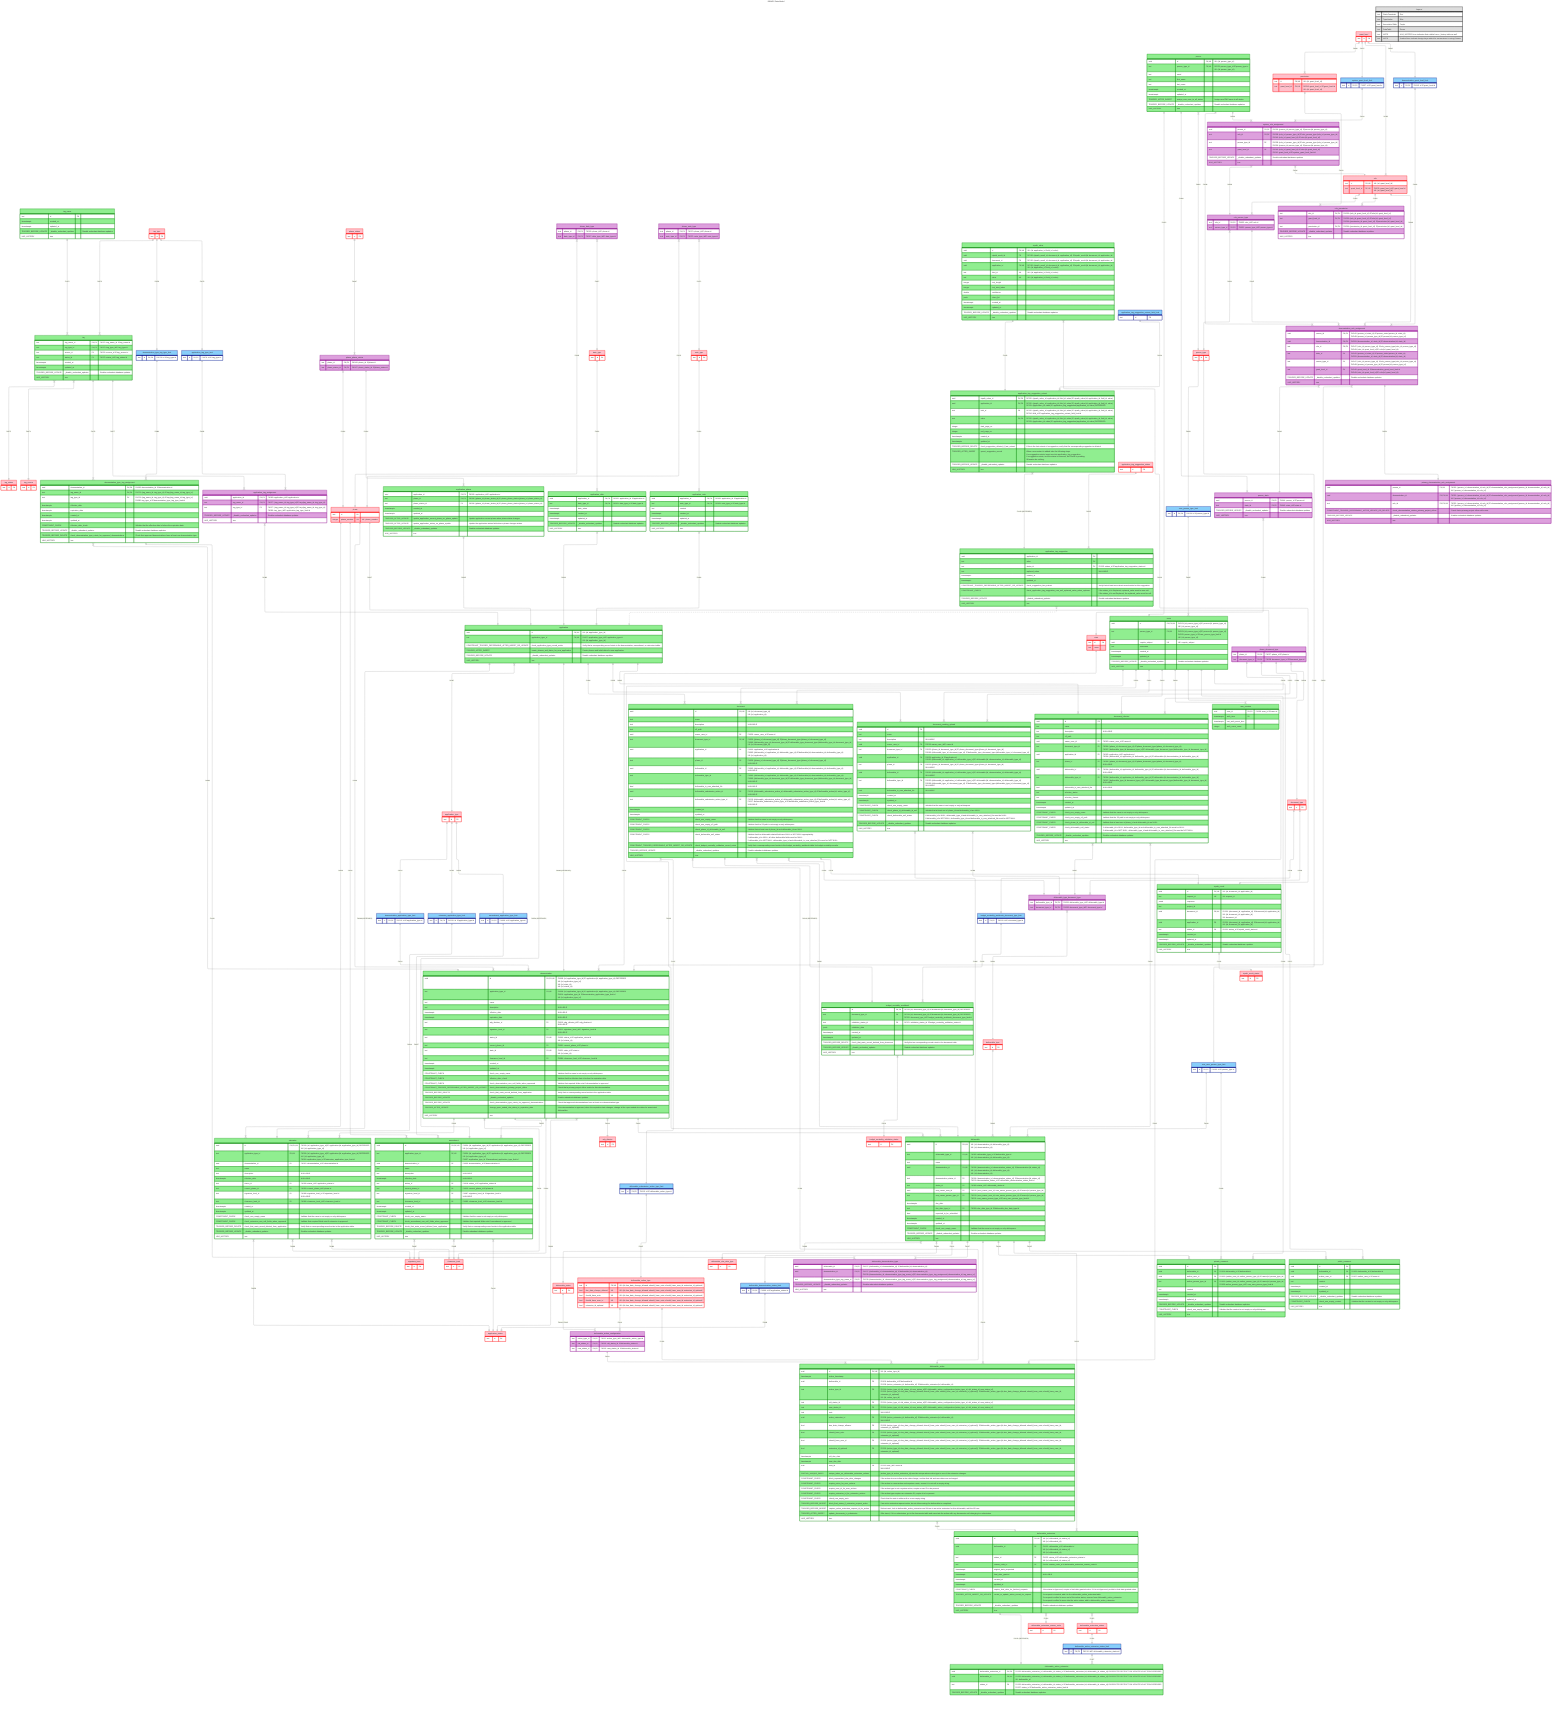
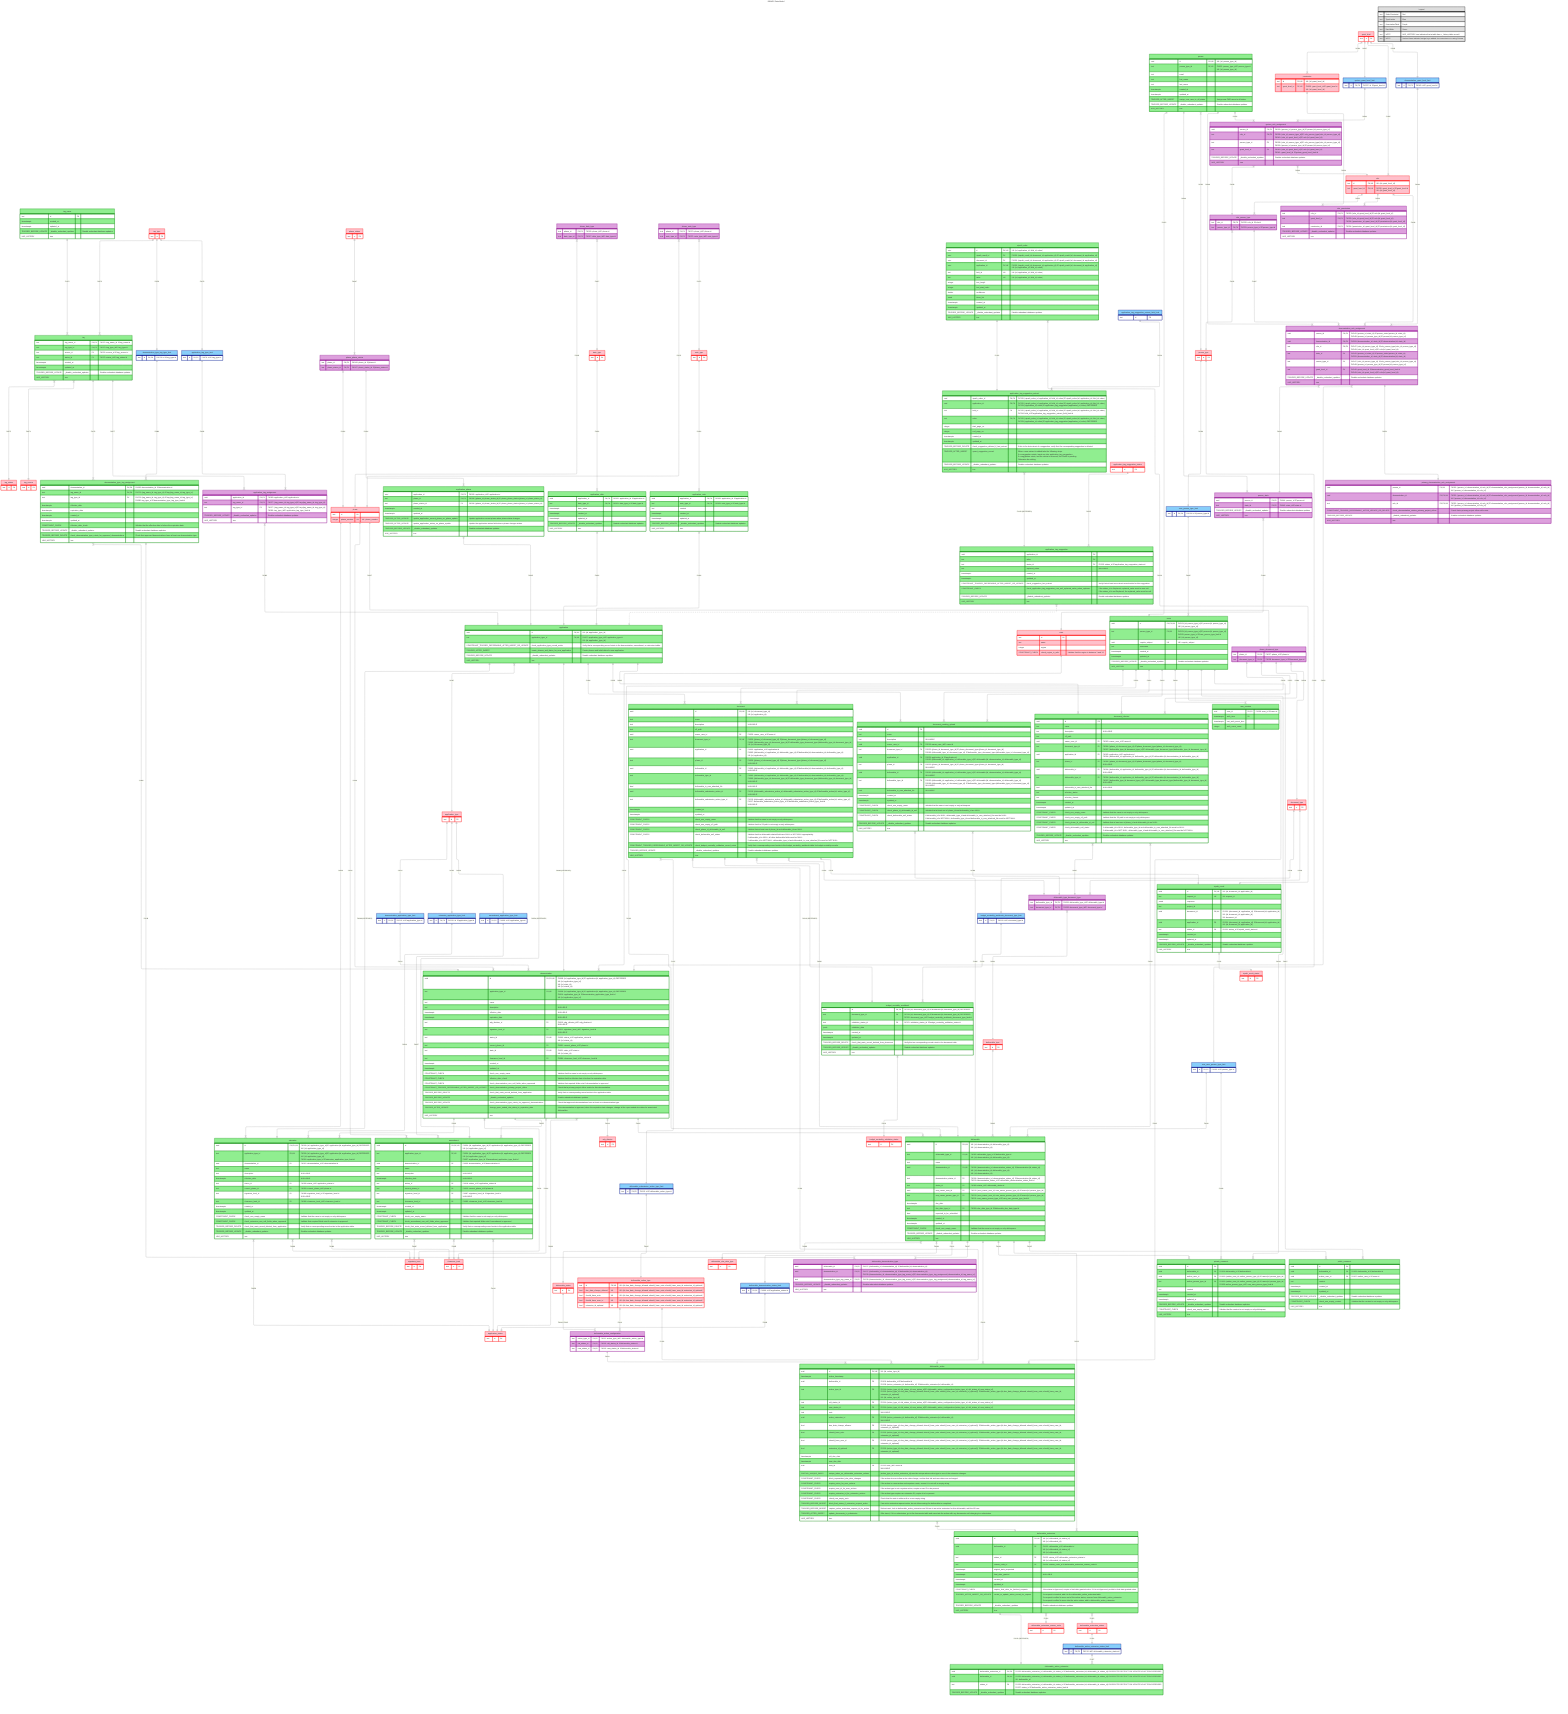
---
title: DEMOS Data Model
config:
  theme: default
  layout: elk
  elk:
    nodePlacementStrategy: NETWORK_SIMPLEX
---

erDiagram
  classDef staticConstraint stroke:red,fill:pink
  classDef typeLimiter stroke:navy,fill:lightskyblue
  classDef dataTable stroke:green,fill:lightgreen
  classDef associativeTable stroke:darkmagenta,fill:plum
  classDef legend stroke:black,fill:#ddd

  tag_name ||--|{ tag : "FK072"
  tag_type ||--|{ tag : "FK073"
  tag }|--|| tag_status : "FK075"
  tag }|--|| tag_source : "FK074"
  tag ||--|{ demonstration_type_tag_assignment : "FK076"
  tag ||--|{ application_tag_assignment : "FK077"
  tag_type ||--|| demonstration_type_tag_type_limit : "FK078"
  tag_type ||--|| application_tag_type_limit : "FK079"
  demonstration_type_tag_type_limit ||--|{ demonstration_type_tag_assignment : "FK080"
  application_tag_type_limit ||--|{ application_tag_assignment : "FK081"
  demonstration_type_tag_assignment }|--|| demonstration : "FK082"
  application_tag_assignment }|--|| application : "FK083"
  phase_status ||--|{ phase_phase_status : "FK067"
  phase_phase_status }|--|| phase : "FK066"
  phase_phase_status ||--|{ application_phase  : "FK004"
  phase_date_type }|--|| phase : "FK003"
  phase_note_type }|--|| phase : "FK070"
  phase_date_type }|--|| date_type: "FK017"
  phase_note_type }|--|| note_type: "FK071"
  application_phase }|--|| application : "FK005"
  date_type ||--|{ application_date  : "FK001"
  note_type ||--|{ application_note  : "FK069"
  application_date }|--|| application : "FK002"
  application_note }|--|| application : "FK068"
  application }|--|| application_type : "FK007"
  application ||--|| demonstration : "FK008 (DEFERRED)"
  application ||--|| extension : "FK009 (DEFERRED)"
  application ||--|| amendment : "FK054 (DEFERRED)"
  demonstration }|--|| sdg_division : "FK010"
  demonstration }|--|| signature_level : "FK011"
  demonstration ||--|{ extension : "FK012"
  demonstration ||--|{ amendment : "FK055"
  application_type ||--|| demonstration_application_type_limit : "FK013"
  demonstration_application_type_limit ||--|{ demonstration : "FK014"
  application_type ||--|| extension_application_type_limit : "FK015"
  extension_application_type_limit ||--|{ extension : "FK016"
  application_type ||--|| amendment_application_type_limit : "FK056"
  amendment_application_type_limit ||--|{ amendment : "FK057"
  amendment }|--|| application_status : "FK018"
  phase ||--|{ amendment : "FK020"
  extension }|--|| application_status : "FK058"
  phase ||--|{ extension : "FK059"
  demonstration }|--|| application_status : "FK060"
  phase ||--|{ demonstration : "FK061"
  state ||--|{ demonstration : "FK021"
  person }|--|| person_type : "FK022"
  person ||--|| users : "FK023"
  person_type ||--|| user_person_type_limit : "FK024"
  user_person_type_limit ||--|{ users : "FK025"
  users ||--|{ document : "FK026"
  users ||--|{ document_pending_upload : "FK019"
  users ||--|{ document_infected : "FK063"
  users ||--|{ user_session : "FK139"
  phase ||--|{ phase_document_type : "FK027"
  phase_document_type }|--|| document_type : "FK028"
  phase_document_type ||--|{ document : "FK029"
  phase_document_type ||--|{ document_pending_upload : "FK052"
  phase_document_type ||--|{ document_infected : "FK064"
  application ||--|{ document : "FK030"
  application ||--|{ document_pending_upload : "FK053"
  application ||--|{ document_infected : "FK065"
  role_person_type }|--|| person_type : "FK031"
  role ||--|{ role_person_type : "FK032"
  role ||--|{ role_permission : "FK033"
  permission ||--|{ role_permission : "FK034"
  grant_level ||--|{ role : "FK035"
  grant_level ||--|{ permission : "FK036"
  system_grant_level_limit ||--|{ system_role_assignment : "FK041"
  system_role_assignment }|--|| role_person_type : "FK038"
  person ||--|{ system_role_assignment : "FK039"
  system_role_assignment }|--|| role : "FK040"
  grant_level ||--|| system_grant_level_limit : "FK037"
  demonstration_role_assignment }|--|| person_state : "FK042"
  person_state }|--|| state : "FK043"
  person ||--|{ person_state : "FK044"
  grant_level ||--|| demonstration_grant_level_limit : "FK045"
  demonstration_grant_level_limit ||--|{ demonstration_role_assignment : "FK046"
  role_person_type ||--|{ demonstration_role_assignment : "FK047"
  person ||--|{ demonstration_role_assignment : "FK048"
  role ||--|{ demonstration_role_assignment : "FK049"
  demonstration_role_assignment }|--|| demonstration : "FK050"
  demonstration_role_assignment ||--|| primary_demonstration_role_assignment : "FK051"
  demonstration }|--|| clearance_level : "FK084"
  amendment }|--|| clearance_level : "FK085"
  extension }|--|| clearance_level : "FK086"
  amendment }|--|| signature_level : "FK087"
  extension }|--|| signature_level : "FK088"
  document_type ||--|| budget_neutrality_workbook_document_type_limit : "FK118"
  document ||--|| budget_neutrality_workbook : "FK119 (DEFERRED)"
  budget_neutrality_workbook_document_type_limit ||--|{ budget_neutrality_workbook : "FK120"
  budget_neutrality_workbook }|--|| budget_neutrality_validation_status : "FK121"
  document }|--|| deliverable_action : "FK116"
  document }|--|| deliverable_submission_action_type_limit : "FK117"
  deliverable_status ||--|{ deliverable_action_configuration : "FK110, FK113"
  deliverable_action_type ||--|{ deliverable_action_configuration : "FK111"
  deliverable_action_type ||--|{ deliverable_action : "FK136"
  deliverable_action_configuration ||--|{ deliverable_action : "FK114"
  deliverable_submission_action_type_limit ||--|| deliverable_action_type : "FK115"
  demonstration ||--|{ deliverable : "FK006"
  deliverable_type ||--|{ deliverable : "FK062"
  deliverable }|--|| deliverable_status : "FK089"
  deliverable }|--|| deliverable_due_date_type : "FK090"
  document_type ||--|{ deliverable_type_document_type : "FK092"
  deliverable_type_document_type }|--|| deliverable_type : "FK091"
  document }|--|| deliverable : "FK093"
  document_infected }|--|| deliverable : "FK094"
  document_pending_upload }|--|| deliverable : "FK095"
  document }|--|| deliverable_type_document_type : "FK096"
  document_infected }|--|| deliverable_type_document_type : "FK097"
  document_pending_upload }|--|| deliverable_type_document_type : "FK098"
  deliverable_demonstration_status_limit ||--|| application_status : "FK099"
  deliverable }|--|| deliverable_demonstration_status_limit : "FK100"
  cms_user_person_type_limit ||--|{ deliverable : "FK101"
  person_type ||--|| cms_user_person_type_limit : "FK102"
  users ||--|{ deliverable : "FK103"
  deliverable ||--|{ deliverable_action : "FK109"
  deliverable_action }|--|| deliverable_extension : "FK128"
  deliverable ||--|{ deliverable_extension : "FK122"
  deliverable ||--|{ deliverable_demonstration_type : "FK137"
  demonstration_type_tag_assignment ||--|{ deliverable_demonstration_type : "FK138"
  deliverable_extension }|--|| deliverable_extension_reason_code : "FK124"
  deliverable_extension }|--|| deliverable_extension_status : "FK123"
  deliverable_extension_status ||--|| deliverable_active_extension_status_limit : "FK126"
  deliverable_active_extension_status_limit ||--|{ deliverable_active_extension : "FK127"
  deliverable_extension ||--|| deliverable_active_extension : "FK125 (DEFERRED)"
  deliverable ||--|{ private_comment : "FK104"
  deliverable ||--|{ public_comment : "FK105"
  users ||--|{ private_comment : "FK106"
  users ||--|{ public_comment : "FK107"
  cms_user_person_type_limit ||--|{ private_comment : "FK108"
  users ||--|{ deliverable_action : "FK112"
  document ||--|| uipath_result : "FK129"
  uipath_result ||--|{ uipath_value : "FK130"
  uipath_result }|--|| uipath_result_status : "FK131"
  uipath_value ||--|| application_tag_suggestion_extract : "FK132"
  application_tag_suggestion_extract }|--|| application_tag_suggestion : "FK133 (DEFERRED)"
  application_tag_suggestion_extract_field_limit ||--|{ application_tag_suggestion_extract : "FK134"
  application_tag_suggestion_status ||--|{ application_tag_suggestion : "FK135"
  application_tag_suggestion }|..|| application : ""

  %% Static Constraints
  application_status:::staticConstraint {
    text id PK
  }

  application_tag_suggestion_status:::staticConstraint {
    text id PK
  }

  application_type:::staticConstraint {
    text id PK
  }

  budget_neutrality_validation_status:::staticConstraint {
    text id PK
  }

  clearance_level:::staticConstraint {
    text id PK
  }

  date_type:::staticConstraint {
    text id PK
  }

  deliverable_action_type:::staticConstraint {
    text id PK, UK "UK: (id, due_date_change_allowed, should_have_note, should_have_user_id, extension_id_optional)"
    bool due_date_change_allowed UK "UK: (id, due_date_change_allowed, should_have_note, should_have_user_id, extension_id_optional)"
    bool should_have_note UK "UK: (id, due_date_change_allowed, should_have_note, should_have_user_id, extension_id_optional)"
    bool should_have_user_id UK "UK: (id, due_date_change_allowed, should_have_note, should_have_user_id, extension_id_optional)"
    bool extension_id_optional UK "UK: (id, due_date_change_allowed, should_have_note, should_have_user_id, extension_id_optional)"
  }

  deliverable_due_date_type:::staticConstraint {
    text id PK
  }

  deliverable_extension_reason_code:::staticConstraint {
    text id PK
  }

  deliverable_extension_status:::staticConstraint {
    text id PK
  }

  deliverable_status:::staticConstraint {
    text id PK
  }

  deliverable_type:::staticConstraint {
    text id PK
  }

  document_type:::staticConstraint {
    text id PK
  }

  grant_level:::staticConstraint {
    text id PK
  }

  note_type:::staticConstraint {
    text id PK
  }

  permission:::staticConstraint {
    text id PK, UK "UK: (id, grant_level_id)"
    text grant_level_id FK, UK "FK036: grant_level_id ∈ grant_level.id<br>UK: (id, grant_level_id)"
  }

  person_type:::staticConstraint {
    text id PK
  }

  phase:::staticConstraint {
    text id PK
    integer phase_number UK "UK: phase_number"
  }

  phase_status:::staticConstraint {
    text id PK
  }

  role:::staticConstraint {
    text id PK, UK "UK: (id, grant_level_id)"
    text grant_level_id FK, UK "FK035: grant_level_id ∈ grant_level.id<br>UK: (id, grant_level_id)"
  }

  sdg_division:::staticConstraint {
    text id PK
  }

  signature_level:::staticConstraint {
    text id PK
  }

  state:::staticConstraint {
    text id PK
    text name
+     integer region
+     CONSTRAINT_CHECK check_region_is_valid "Validate that the region is between 1 and 10."
  }

  tag_source:::staticConstraint {
    text id PK
  }

  tag_status:::staticConstraint {
    text id PK
  }

  tag_type:::staticConstraint {
    text id PK
  }

  uipath_result_status:::staticConstraint {
    text id PK
  }

  %% Type Limiters
  amendment_application_type_limit:::typeLimiter {
    text id PK, FK "FK056: id ∈ application_type.id"
  }

  application_tag_suggestion_extract_field_limit:::typeLimiter {
    text id PK
  }

  application_tag_type_limit:::typeLimiter {
    text id PK, FK "FK079: id ∈ tag_type.id"
  }

  budget_neutrality_workbook_document_type_limit:::typeLimiter {
    text id PK, FK "FK118: id ∈ document_type.id"
  }

  cms_user_person_type_limit:::typeLimiter {
    text id PK, FK "FK102: id ∈ person_type.id"
  }

  deliverable_active_extension_status_limit:::typeLimiter {
    text id PK, FK "FK126: id ∈ deliverable_extension_status.id"
  }

  deliverable_demonstration_status_limit:::typeLimiter {
    text id PK, FK "FK099: id ∈ application_status.id"
  }

  deliverable_submission_action_type_limit:::typeLimiter {
    text id PK, FK "FK115: id ∈ deliverable_action_type.id"
  }

  demonstration_application_type_limit:::typeLimiter {
    text id PK, FK "FK013: id ∈ application_type.id"
  }

  demonstration_grant_level_limit:::typeLimiter {
    text id PK, FK "FK045: id ∈ grant_level.id"
  }

  demonstration_type_tag_type_limit:::typeLimiter {
    text id PK, FK "FK078: id ∈ tag_type.id"
  }

  extension_application_type_limit:::typeLimiter {
    text id PK, FK "FK015: id ∈ application_type.id"
  }

  system_grant_level_limit:::typeLimiter {
    text id PK, FK "FK037: id ∈ grant_level.id"
  }

  user_person_type_limit:::typeLimiter {
    text id PK, FK "FK024: id ∈ person_type.id"
  }

  %% Data Tables
  amendment:::dataTable {
    uuid id PK, FK, UK "FK054: (id, application_type_id) ∈ application.(id, application_type_id) DEFERRED<br>UK: (id, application_type_id)"
    text application_type_id FK, UK "FK054: (id, application_type_id) ∈ application.(id, application_type_id) DEFERRED<br>UK: (id, application_type_id)<br>FK057: application_type_id ∈ amendment_application_type_limit.id"
    uuid demonstration_id FK "FK055: demonstration_id ∈ demonstration.id"
    text name
    text description "NULLABLE"
    timestamptz effective_date "NULLABLE"
    text status_id FK "FK018: status_id ∈ application_status.id"
    text current_phase_id FK "FK020: current_phase_id ∈ phase.id"
    text signature_level_id FK "FK087: signature_level_id ∈ signature_level.id<br>NULLABLE"
    text clearance_level_id FK "FK085: clearance_level_id ∈ clearance_level.id"
    timestamptz created_at
    timestamptz updated_at
    CONSTRAINT_CHECK check_non_empty_name "Validate that the name is not empty or only whitespace."
    CONSTRAINT_CHECK check_amendment_non_null_fields_when_approved  "Validate that required fields exist if amendment is approved."
    TRIGGER_BEFORE_DELETE check_that_main_record_deleted_from_application "Verify that no corresponding record exists in the application table."
    TRIGGER_BEFORE_UPDATE _disable_redundant_updates "Disable redundant database updates."
    HAS_HISTORY true
  }

  application:::dataTable {
    uuid id PK, UK "UK: (id, application_type_id)"
    text application_type_id FK, UK "FK007: application_type_id ∈ application_type.id<br>UK: (id, application_type_id)"
    CONSTRAINT_TRIGGER_DEFERRABLE_AFTER_INSERT_OR_UPDATE check_application_type_record_exists "Verify that a corresponding record exists in the demonstration, amendment, or extension tables."
    TRIGGER_AFTER_INSERT create_phases_and_dates_for_new_application "Create phases and initial dates for new application."
    TRIGGER_BEFORE_UPDATE _disable_redundant_updates "Disable redundant database updates."
    HAS_HISTORY true
  }

  application_date:::dataTable {
    uuid application_id PK, FK "FK002: application_id ∈ application.id"
    text date_type_id PK, FK "FK001: date_type_id ∈ date_type.id"
    timestamptz date_value
    timestamptz created_at
    timestamptz updated_at
    TRIGGER_BEFORE_UPDATE _disable_redundant_updates "Disable redundant database updates."
    HAS_HISTORY true
  }

  application_note:::dataTable {
    uuid application_id PK, FK "FK068: application_id ∈ application.id"
    text note_type_id PK, FK "FK069: note_type_id ∈ note_type.id"
    text content
    timestamptz created_at
    timestamptz updated_at
    TRIGGER_BEFORE_UPDATE _disable_redundant_updates "Disable redundant database updates."
    HAS_HISTORY true
  }

  application_phase:::dataTable {
    uuid application_id PK, FK "FK005: application_id ∈ application.id"
    text phase_id PK, FK "FK004: (phase_id, phase_status_id) ∈ phase_phase_status.(phase_id, phase_status_id)"
    text phase_status_id FK "FK004: (phase_id, phase_status_id) ∈ phase_phase_status.(phase_id, phase_status_id)"
    timestamptz created_at
    timestamptz updated_at
    TRIGGER_AFTER_UPDATE update_application_current_phase_on_phase_update "Update application current phase when phase status changes."
    TRIGGER_AFTER_UPDATE update_application_status_on_phase_update "Update the application status field when a phase changes status."
    TRIGGER_BEFORE_UPDATE _disable_redundant_updates "Disable redundant database updates."
    HAS_HISTORY true
  }

  application_tag_suggestion:::dataTable {
    uuid application_id PK
    text value PK
    text status_id FK "FK135: status_id ∈ application_tag_suggestion_status.id"
    text replaced_value "NULLABLE"
    timestamptz created_at
    timestamptz updated_at
    CONSTRAINT_TRIGGER_DEFERRABLE_AFTER_INSERT_OR_UPDATE check_suggestion_has_extract "Verify that at least one extract record exists for this suggestion."
    CONSTRAINT_CHECK check_application_tag_suggestion_non_null_replaced_value_when_replaced "If the status_id is Replaced, replaced_value must be non null.<br>If the status_id is not Replaced, the replaced_value must be null."
    TRIGGER_BEFORE_UPDATE _disable_redundant_updates "Disable redundant database updates."
    HAS_HISTORY true
  }

  application_tag_suggestion_extract:::dataTable {
    uuid uipath_value_id PK, FK "FK132: (uipath_value_id, application_id, field_id, value) ∈ uipath_value.(id, application_id, field_id, value)"
    uuid application_id PK, FK "FK132: (uipath_value_id, application_id, field_id, value) ∈ uipath_value.(id, application_id, field_id, value)<br>FK133: (application_id, value) ∈ application_tag_suggestion.(application_id, value) DEFERRED"
    text field_id FK "FK132: (uipath_value_id, application_id, field_id, value) ∈ uipath_value.(id, application_id, field_id, value)<br>FK134: field_id ∈ application_tag_suggestion_extract_field_limit.id"
    text value PK, FK "FK132: (uipath_value_id, application_id, field_id, value) ∈ uipath_value.(id, application_id, field_id, value)<br>FK133: (application_id, value) ∈ application_tag_suggestion.(application_id, value) DEFERRED"
    integer start_page_no
    integer end_page_no
    timestamptz created_at
    timestamptz updated_at
    TRIGGER_BEFORE_DELETE check_suggestion_deleted_if_last_extract "If this is the last extract of a suggestion, verify that the corresponding suggestion is deleted."
    TRIGGER_AFTER_INSERT upsert_suggestion_record "When a new extract is added take the following steps.<br>If no suggestion exists, insert one into application_tag_suggestion.<br>If a suggestion exists, and the status is removed, set it back to pending.<br>Otherwise do nothing."
    TRIGGER_BEFORE_UPDATE _disable_redundant_updates "Disable redundant database updates."
    HAS_HISTORY true
  }

  budget_neutrality_workbook:::dataTable {
    uuid id PK, FK "FK119: (id, document_type_id) ∈ document.(id, document_type_id) DEFERRED"
    text document_type_id FK "FK119: (id, document_type_id) ∈ document.(id, document_type_id) DEFERRED<br>FK120: document_type_id ∈ budget_neutrality_workbook_document_type_limit.id"
    text validation_status_id FK "FK121: validation_status_id ∈ budget_neutrality_validation_status.id"
    jsonb validation_data
    timestamptz created_at
    timestamptz updated_at
    TRIGGER_BEFORE_DELETE check_that_main_record_deleted_from_document "Verify that no corresponding record exists in the document table."
    TRIGGER_BEFORE_UPDATE _disable_redundant_updates "Disable redundant database updates."
    HAS_HISTORY true
  }

  %% NOTE: That empty line with <br>&nbsp; is a layout hack for Mermaid
  deliverable:::dataTable {
    uuid id PK, UK "UK: (id, demonstration_id, deliverable_type_id)<br>UK: (id, demonstration_id)<br>&nbsp;"
    text deliverable_type_id FK, UK "FK062: deliverable_type_id ∈ deliverable_type.id<br>UK: (id, demonstration_id, deliverable_type_id)"
    text name
    uuid demonstration_id FK, UK "FK006: (demonstration_id, demonstration_status_id) ∈ demonstration.(id, status_id)<br>UK: (id, demonstration_id, deliverable_type_id)<br>UK: (id, demonstration_id)"
    text demonstration_status_id FK "FK006: (demonstration_id, demonstration_status_id) ∈ demonstration.(id, status_id)<br>FK100: demonstration_status_id ∈ deliverable_demonstration_status_limit.id"
    text status_id FK "FK089: status_id ∈ deliverable_status.id"
    uuid cms_owner_user_id FK "FK103: (cms_owner_user_id, cms_owner_person_type_id) ∈ users.(id, person_type_id)"
    text cms_owner_person_type_id FK "FK103: (cms_owner_user_id, cms_owner_person_type_id) ∈ users.(id, person_type_id)<br>FK101: cms_owner_person_type_id ∈ cms_user_person_type_limit.id"
    timestamptz due_date
    text due_date_type_id FK "FK090: due_date_type_id ∈ deliverable_due_date_type.id"
    bool expected_to_be_submitted
    timestamptz created_at
    timestamptz updated_at
    CONSTRAINT_CHECK check_non_empty_name "Validate that the name is not empty or only whitespace."
    TRIGGER_BEFORE_UPDATE _disable_redundant_updates "Disable redundant database updates."
    HAS_HISTORY true
  }

  deliverable_action:::dataTable {
    uuid id PK, UK "UK: (id, action_type_id)"
    timestamptz action_timestamp
    uuid deliverable_id FK "FK109: deliverable_id ∈ deliverable.id<br>FK128: (active_extension_id, deliverable_id) ∈ deliverable_extension.(id, deliverable_id)"
    text action_type_id FK "FK114: (action_type_id, old_status_id, new_status_id) ∈ deliverable_action_configuration.(action_type_id, old_status_id, new_status_id)<br>FK136: (action_type_id, due_date_change_allowed, should_have_note, should_have_user_id, extension_id_optional)) ∈ deliverable_action_type.(id, due_date_change_allowed, should_have_note, should_have_user_id, extension_id_optional)<br>UK: (id, action_type_id)"
    text old_status_id FK "FK114: (action_type_id, old_status_id, new_status_id) ∈ deliverable_action_configuration.(action_type_id, old_status_id, new_status_id)"
    text new_status_id FK "FK114: (action_type_id, old_status_id, new_status_id) ∈ deliverable_action_configuration.(action_type_id, old_status_id, new_status_id)"
    text note "NULLABLE"
    uuid active_extension_id FK "FK128: (active_extension_id, deliverable_id) ∈ deliverable_extension.(id, deliverable_id)<br>NULLABLE"
    bool due_date_change_allowed FK "FK136: (action_type_id, due_date_change_allowed, should_have_note, should_have_user_id, extension_id_optional)) ∈ deliverable_action_type.(id, due_date_change_allowed, should_have_note, should_have_user_id, extension_id_optional)"
    bool should_have_note FK "FK136: (action_type_id, due_date_change_allowed, should_have_note, should_have_user_id, extension_id_optional)) ∈ deliverable_action_type.(id, due_date_change_allowed, should_have_note, should_have_user_id, extension_id_optional)"
    bool should_have_user_id FK "FK136: (action_type_id, due_date_change_allowed, should_have_note, should_have_user_id, extension_id_optional)) ∈ deliverable_action_type.(id, due_date_change_allowed, should_have_note, should_have_user_id, extension_id_optional)"
    bool extension_id_optional FK "FK136: (action_type_id, due_date_change_allowed, should_have_note, should_have_user_id, extension_id_optional)) ∈ deliverable_action_type.(id, due_date_change_allowed, should_have_note, should_have_user_id, extension_id_optional)"
    timestamptz old_due_date
    timestamptz new_due_date
    uuid user_id FK "FK112: user_id ∈ users.id<br>NULLABLE"
    PARTIAL_UNIQUE_INDEX unique_index_on_deliverable_extension_actions "(action_type_id, active_extension_id) must be unique where action type is one of the extension changes."
    CONSTRAINT_CHECK block_unpermitted_due_date_changes "If the action does not allow a due date change, confirm that old and new dates are unchanged."
    CONSTRAINT_CHECK require_notes_for_user_actions "If the action is a user action and requires a note, ensure it is not null or empty string."
    CONSTRAINT_CHECK require_user_id_for_user_actions "If the action type is not a system action, require a user ID to be present."
    CONSTRAINT_CHECK require_extension_id_for_extension_actions "If the action type requires an extension ID, require it to be present."
    CONSTRAINT_CHECK check_non_empty_note "Check that the note is either null or a non empty string."
    TRIGGER_BEFORE_INSERT block_final_states_if_extension_request_active "If an active extension request exists, do not allow moving the deliverable to completed."
    TRIGGER_BEFORE_INSERT capture_active_extension_request_id_for_action "Before insert, look in deliverable_active_extension and if there is an active extension for this deliverable, add the ID here."
    TRIGGER_AFTER_INSERT update_documents_in_submission "After insert, if it is a submission, go to the documents table and associate the action with any documents not belonging to a submission."
    HAS_HISTORY true
  }

  deliverable_active_extension:::dataTable {
    uuid deliverable_extension_id PK, FK "FK125: deliverable_extension_id, deliverable_id, status_id ∈ deliverable_extension.(id, deliverable_id, status_id) ON DELETE RESTRICT ON UPDATE NO ACTION DEFERRED"
    uuid deliverable_id FK, UK "FK125: deliverable_extension_id, deliverable_id, status_id ∈ deliverable_extension.(id, deliverable_id, status_id) ON DELETE RESTRICT ON UPDATE NO ACTION DEFERRED<br>UK: deliverable_id"
    text status_id FK "FK125: deliverable_extension_id, deliverable_id, status_id ∈ deliverable_extension.(id, deliverable_id, status_id) ON DELETE RESTRICT ON UPDATE NO ACTION DEFERRED<br>FK127: status_id ∈ deliverable_active_extension_status_limit.id"
    TRIGGER_BEFORE_UPDATE _disable_redundant_updates "Disable redundant database updates."
  }

  deliverable_extension:::dataTable {
    uuid id PK, UK "UK: (id, deliverable_id, status_id)<br>UK: (id, deliverable_id)"
    uuid deliverable_id FK "FK122: deliverable_id ∈ deliverable.id<br>UK: (id, deliverable_id, status_id)<br>UK: (id, deliverable_id)"
    text status_id FK "FK123: status_id ∈ deliverable_extension_status.id<br>UK: (id, deliverable_id, status_id)"
    text reason_code_id FK "FK124: reason_code_id ∈ deliverable_extension_reason_code.id"
    timestamptz original_date_requested
    timestamptz final_date_granted "NULLABLE"
    timestamptz created_at
    timestamptz updated_at
    CONSTRAINT_CHECK require_final_date_for_finished_requests "If the status is Approved, require a final date granted value. If it is not Approved, prohibit a final date granted value."
    TRIGGER_AFTER_INSERT_OR_UPDATE create_or_update_active_record_for_request "If a request is inserted, add it to the deliverable_active_extension table.<br>If a request is edited to move out of the active status, remove from deliverable_active_extension.<br>If a request is edited to move into the active status, add to deliverable_active_extension."
    TRIGGER_BEFORE_UPDATE _disable_redundant_updates "Disable redundant database updates."
    HAS_HISTORY true
  }

  demonstration:::dataTable {
    uuid id PK, FK, UK "FK008: (id, application_type_id) ∈ application.(id, application_type_id) DEFERRED<br>UK: (id, application_type_id)<br>UK: (id, state_id)<br>UK: (id, status_id)"
    text application_type_id FK, UK "FK008: (id, application_type_id) ∈ application.(id, application_type_id) DEFERRED<br>FK014: application_type_id ∈ demonstration_application_type_limit.id<br>UK: (id, application_type_id)"
    text name
    text description "NULLABLE"
    timestamptz effective_date "NULLABLE"
    timestamptz expiration_date "NULLABLE"
    text sdg_division_id FK "FK010: sdg_division_id ∈ sdg_division.id<br>NULLABLE"
    text signature_level_id FK "FK011: signature_level_id ∈ signature_level.id<br>NULLABLE"
    text status_id FK, UK "FK060: status_id ∈ application_status.id<br>UK: (id, status_id)"
    text current_phase_id FK "FK061: current_phase_id ∈ phase.id"
    text state_id FK, UK "FK021: state_id ∈ state.id<br>UK: (id, state_id)"
    text clearance_level_id FK "FK084: clearance_level_id ∈ clearance_level.id"
    timestamptz created_at
    timestamptz updated_at
    CONSTRAINT_CHECK check_non_empty_name "Validate that the name is not empty or only whitespace."
    CONSTRAINT_CHECK effective_date_check "Validate that the effective date is before the expiration date."
    CONSTRAINT_CHECK check_demonstration_non_null_fields_when_approved "Validate that required fields exist if demonstration is approved."
    CONSTRAINT_TRIGGER_DEFERRABLE_AFTER_INSERT_OR_UPDATE check_demonstration_primary_project_officer "Check that a primary project officer exists for this demonstration."
    TRIGGER_BEFORE_DELETE check_that_main_record_deleted_from_application "Verify that no corresponding record exists in the application table."
    TRIGGER_BEFORE_UPDATE _disable_redundant_updates "Disable redundant database updates."
    TRIGGER_BEFORE_UPDATE check_demonstration_type_exists_for_approved_demonstrations "Check that approved demonstrations have at least one demonstration type."
    TRIGGER_AFTER_UPDATE change_open_ended_due_dates_to_expiration_date "If the demonstration is approved, when the expiration date changes, change all the open-ended due dates for associated deliverables."
    HAS_HISTORY true
  }

  demonstration_type_tag_assignment:::dataTable {
    uuid demonstration_id PK, FK "FK082: demonstration_id ∈ demonstration.id"
    text tag_name_id PK, FK "FK076: (tag_name_id, tag_type_id) ∈ tag.(tag_name_id, tag_type_id)"
    text tag_type_id FK "FK076: (tag_name_id, tag_type_id) ∈ tag.(tag_name_id, tag_type_id)<br>FK080: tag_type_id ∈ demonstration_type_tag_type_limit.id"
    timestamptz effective_date
    timestamptz expiration_date
    timestamptz created_at
    timestamptz updated_at
    CONSTRAINT_CHECK effective_date_check "Validate that the effective date is before the expiration date."
    TRIGGER_BEFORE_UPDATE _disable_redundant_updates "Disable redundant database updates."
    TRIGGER_BEFORE_DELETE check_demonstration_type_exists_for_approved_demonstrations "Check that approved demonstrations have at least one demonstration type."
    HAS_HISTORY true
  }

  document:::dataTable {
    uuid id PK, UK "UK: (id, document_type_id)<br>UK: (id, application_id)"
    text name
    text description "NULLABLE"
    text s3_path
    uuid owner_user_id FK "FK026: owner_user_id ∈ users.id"
    text document_type_id FK, UK "FK029: (phase_id, document_type_id) ∈ phase_document_type.(phase_id, document_type_id)<br>FK096: (deliverable_type_id, document_type_id) ∈ deliverable_type_document_type.(deliverable_type_id, document_type_id)<br>UK: (id, document_type_id)"
    uuid application_id FK "FK030: application_id ∈ application.id<br>FK093: (deliverable_id, application_id, deliverable_type_id) ∈ deliverable.(id, demonstration_id, deliverable_type_id)<br>UK: (id, application_id)"
    text phase_id FK "FK029: (phase_id, document_type_id) ∈ phase_document_type.(phase_id, document_type_id)<br>NULLABLE"
    uuid deliverable_id FK "FK093: (deliverable_id, application_id, deliverable_type_id) ∈ deliverable.(id, demonstration_id, deliverable_type_id)<br>NULLABLE"
    text deliverable_type_id FK "FK093: (deliverable_id, application_id, deliverable_type_id) ∈ deliverable.(id, demonstration_id, deliverable_type_id)<br>FK096: (deliverable_type_id, document_type_id) ∈ deliverable_type_document_type.(deliverable_type_id, document_type_id)<br>NULLABLE"
    bool deliverable_is_cms_attached_file "NULLABLE"
    uuid deliverable_submission_action_id FK "FK116: (deliverable_submission_action_id, deliverable_submission_action_type_id) ∈ deliverable_action.(id, action_type_id)<br>NULLABLE"
    text deliverable_submission_action_type_id FK "FK116: (deliverable_submission_action_id, deliverable_submission_action_type_id) ∈ deliverable_action.(id, action_type_id)<br>FK117: deliverable_submission_action_type_id ∈ deliverable_submission_action_type_limit.id<br>NULLABLE"
    timestamptz created_at
    timestamptz updated_at
    CONSTRAINT_CHECK check_non_empty_name "Validate that the name is not empty or only whitespace."
    CONSTRAINT_CHECK check_non_empty_s3_path "Validate that the S3 path is not empty or only whitespace."
    CONSTRAINT_CHECK check_phase_id_deliverable_id_null "Validate that at least one of phase_id and deliverable_id are NULL."
    CONSTRAINT_CHECK check_deliverable_null_states "Validate that the deliverable-related fields are NULL or NOT NULL appropriately.<br>If deliverable_id is NULL, all other deliverable fields must be NULL.<br>If deliverable_id is NOT NULL, deliverable_type_id and deliverable_is_cms_attached_file must be NOT NULL."
    CONSTRAINT_TRIGGER_DEFERRABLE_AFTER_INSERT_OR_UPDATE check_budget_neutrality_validation_record_exists "Verify that a corresponding record exists in the budget_neutrality_workbook table for budget neutrality records."
    TRIGGER_BEFORE_UPDATE _disable_redundant_updates "Disable redundant database updates."
    HAS_HISTORY true
  }

  document_infected:::dataTable {
    uuid id PK
    text name
    text description "NULLABLE"
    text s3_path
    uuid owner_user_id FK "FK063: owner_user_id ∈ users.id"
    text document_type_id FK "FK064: (phase_id, document_type_id) ∈ phase_document_type.(phase_id, document_type_id)<br>FK097: (deliverable_type_id, document_type_id) ∈ deliverable_type_document_type.(deliverable_type_id, document_type_id)"
    uuid application_id FK "FK065: application_id ∈ application.id<br>FK094: (deliverable_id, application_id, deliverable_type_id) ∈ deliverable.(id, demonstration_id, deliverable_type_id)"
    text phase_id FK "FK064: (phase_id, document_type_id) ∈ phase_document_type.(phase_id, document_type_id)<br>NULLABLE"
    uuid deliverable_id FK "FK094: (deliverable_id, application_id, deliverable_type_id) ∈ deliverable.(id, demonstration_id, deliverable_type_id)<br>NULLABLE"
    text deliverable_type_id FK "FK094: (deliverable_id, application_id, deliverable_type_id) ∈ deliverable.(id, demonstration_id, deliverable_type_id)<br>FK097: (deliverable_type_id, document_type_id) ∈ deliverable_type_document_type.(deliverable_type_id, document_type_id)<br>NULLABLE"
    bool deliverable_is_cms_attached_file "NULLABLE"
    text infection_status
    text infection_threats
    timestamptz created_at
    timestamptz updated_at
    CONSTRAINT_CHECK check_non_empty_name "Validate that the name is not empty or only whitespace."
    CONSTRAINT_CHECK check_non_empty_s3_path "Validate that the S3 path is not empty or only whitespace."
    CONSTRAINT_CHECK check_phase_id_deliverable_id_null "Validate that at least one of phase_id and deliverable_id are NULL."
    CONSTRAINT_CHECK check_deliverable_null_states "If deliverable_id is NULL, deliverable_type_id and deliverable_is_cms_attached_file must be NULL.<br>If deliverable_id is NOT NULL, deliverable_type_id and deliverable_is_cms_attached_file must be NOT NULL."
    TRIGGER_BEFORE_UPDATE _disable_redundant_updates "Disable redundant database updates."
    HAS_HISTORY true
  }

  document_pending_upload:::dataTable {
    uuid id PK
    text name
    text description "NULLABLE"
    uuid owner_user_id FK "FK019: owner_user_id ∈ users.id"
    text document_type_id FK "FK052: (phase_id, document_type_id) ∈ phase_document_type.(phase_id, document_type_id)<br>FK098: (deliverable_type_id, document_type_id) ∈ deliverable_type_document_type.(deliverable_type_id, document_type_id)"
    uuid application_id FK "FK053: application_id ∈ application.id<br>FK095: (deliverable_id, application_id, deliverable_type_id) ∈ deliverable.(id, demonstration_id, deliverable_type_id)"
    text phase_id FK "FK052: (phase_id, document_type_id) ∈ phase_document_type.(phase_id, document_type_id)<br>NULLABLE"
    uuid deliverable_id FK "FK095: (deliverable_id, application_id, deliverable_type_id) ∈ deliverable.(id, demonstration_id, deliverable_type_id)<br>NULLABLE"
    text deliverable_type_id FK "FK095: (deliverable_id, application_id, deliverable_type_id) ∈ deliverable.(id, demonstration_id, deliverable_type_id)<br>FK098: (deliverable_type_id, document_type_id) ∈ deliverable_type_document_type.(deliverable_type_id, document_type_id)<br>NULLABLE"
    bool deliverable_is_cms_attached_file "NULLABLE"
    timestamptz created_at
    timestamptz updated_at
    CONSTRAINT_CHECK check_non_empty_name "Validate that the name is not empty or only whitespace."
    CONSTRAINT_CHECK check_phase_id_deliverable_id_null "Validate that at least one of phase_id and deliverable_id are NULL."
    CONSTRAINT_CHECK check_deliverable_null_states "If deliverable_id is NULL, deliverable_type_id and deliverable_is_cms_attached_file must be NULL.<br>If deliverable_id is NOT NULL, deliverable_type_id and deliverable_is_cms_attached_file must be NOT NULL."
    TRIGGER_BEFORE_UPDATE _disable_redundant_updates "Disable redundant database updates."
    HAS_HISTORY true
  }

  extension:::dataTable {
    uuid id PK, FK, UK "FK009: (id, application_type_id) ∈ application.(id, application_type_id) DEFERRED<br>UK: (id, application_type_id)"
    text application_type_id FK, UK "FK009: (id, application_type_id) ∈ application.(id, application_type_id) DEFERRED<br>UK: (id, application_type_id)<br>FK016: application_type_id ∈ extension_application_type_limit.id"
    uuid demonstration_id FK "FK012: demonstration_id ∈ demonstration.id"
    text name
    text description "NULLABLE"
    timestamptz effective_date "NULLABLE"
    text status_id FK "FK058: status_id ∈ application_status.id"
    text current_phase_id FK "FK059: current_phase_id ∈ phase.id"
    text signature_level_id FK "FK088: signature_level_id ∈ signature_level.id<br>NULLABLE"
    text clearance_level_id FK "FK086: clearance_level_id ∈ clearance_level.id"
    timestamptz created_at
    timestamptz updated_at
    CONSTRAINT_CHECK check_non_empty_name "Validate that the name is not empty or only whitespace."
    CONSTRAINT_CHECK check_extension_non_null_fields_when_approved  "Validate that required fields exist if extension is approved."
    TRIGGER_BEFORE_DELETE check_that_main_record_deleted_from_application "Verify that no corresponding record exists in the application table."
    TRIGGER_BEFORE_UPDATE _disable_redundant_updates "Disable redundant database updates."
    HAS_HISTORY true
  }

  person:::dataTable {
    uuid id PK, UK "UK: (id, person_type_id)"
    text person_type_id FK, UK "FK022: person_type_id ∈ person_type.id<br>UK: (id, person_type_id)"
    text email
    text first_name
    text last_name
    timestamptz created_at
    timestamptz updated_at
    TRIGGER_AFTER_INSERT assign_cms_user_to_all_states "Assign new CMS users to all states."
    TRIGGER_BEFORE_UPDATE _disable_redundant_updates "Disable redundant database updates."
    HAS_HISTORY true
  }

  private_comment:::dataTable {
    uuid id PK
    uuid deliverable_id FK "FK104: deliverable_id ∈ deliverable.id"
    uuid author_user_id FK "FK106: (author_user_id, author_person_type_id) ∈ users.(id, person_type_id)"
    text author_person_type_id FK "FK106: (author_user_id, author_person_type_id) ∈ users.(id, person_type_id)<br>FK108: author_person_type_id ∈ cms_user_person_type_limit.id"
    text content
    timestamptz created_at
    timestamptz updated_at
    TRIGGER_BEFORE_UPDATE _disable_redundant_updates "Disable redundant database updates."
    CONSTRAINT_CHECK check_non_empty_content "Validate that the content is not empty or only whitespace."
    HAS_HISTORY true
  }

  public_comment:::dataTable {
    uuid id PK
    uuid deliverable_id FK "FK105: deliverable_id ∈ deliverable.id"
    uuid author_user_id FK "FK107: author_user_id ∈ users.id"
    text content
    timestamptz created_at
    timestamptz updated_at
    TRIGGER_BEFORE_UPDATE _disable_redundant_updates "Disable redundant database updates."
    CONSTRAINT_CHECK check_non_empty_content "Validate that the content is not empty or only whitespace."
    HAS_HISTORY true
  }

  tag:::dataTable {
    text tag_name_id PK, FK "FK072: tag_name_id ∈ tag_name.id"
    text tag_type_id PK, FK "FK073: tag_type_id ∈ tag_type.id"
    text source_id FK "FK074: source_id ∈ tag_source.id"
    text status_id FK "FK075: status_id ∈ tag_status.id"
    timestamptz created_at
    timestamptz updated_at
    TRIGGER_BEFORE_UPDATE _disable_redundant_updates "Disable redundant database updates."
    HAS_HISTORY true
  }

  tag_name:::dataTable {
    text id PK
    timestamptz created_at
    timestamptz updated_at
    TRIGGER_BEFORE_UPDATE _disable_redundant_updates "Disable redundant database updates."
    HAS_HISTORY true
  }

  uipath_result:::dataTable {
    uuid id PK, UK "UK: (id, document_id, application_id)"
    text request_id UK "UK: request_id"
    jsonb response
    text project_id
    uuid document_id FK, UK "FK129: (document_id, application_id) ∈ document.(id, application_id)<br>UK: (id, document_id, application_id)<br>UK: document_id"
    uuid application_id FK "FK129: (document_id, application_id) ∈ document.(id, application_id)<br>UK: (id, document_id, application_id)"
    text status_id FK "FK131: status_id ∈ uipath_result_status.id"
    timestamptz created_at
    timestamptz updated_at
    TRIGGER_BEFORE_UPDATE _disable_redundant_updates "Disable redundant database updates."
    HAS_HISTORY true
  }

  uipath_value:::dataTable {
    uuid id PK, UK "UK: (id, application_id, field_id, value)"
    uuid uipath_result_id FK "FK130: (uipath_result_id, document_id, application_id) ∈ uipath_result.(id, document_id, application_id)"
    uuid document_id FK "FK130: (uipath_result_id, document_id, application_id) ∈ uipath_result.(id, document_id, application_id)"
    uuid application_id FK, UK "FK130: (uipath_result_id, document_id, application_id) ∈ uipath_result.(id, document_id, application_id)<br>UK: (id, application_id, field_id, value)"
    text field_id UK "UK: (id, application_id, field_id, value)"
    text value UK "UK: (id, application_id, field_id, value)"
    integer text_length
    integer text_start_index
    double confidence
    jsonb token_list
    timestamptz created_at
    timestamptz updated_at
    TRIGGER_BEFORE_UPDATE _disable_redundant_updates "Disable redundant database updates."
    HAS_HISTORY true
  }

  user_session:::dataTable {
    uuid user_id PK, FK "FK139: user_id ∈ users.id"
    timestamptz auth_time PK
    timestamptz last_auth_event_time
    integer auth_event_count
  }

  users:::dataTable {
    uuid id PK, FK, UK "FK023: (id, person_type_id) ∈ person.(id, person_type_id)<br>UK: (id, person_type_id)"
    text person_type_id FK, UK "FK023: (id, person_type_id) ∈ person.(id, person_type_id)<br>FK025: person_type_id ∈ user_person_type_limit.id<br>UK: (id, person_type_id)"
    uuid cognito_subject UK "UK: cognito_subject"
    text username
    timestamptz created_at
    timestamptz updated_at
    TRIGGER_BEFORE_UPDATE _disable_redundant_updates "Disable redundant database updates."
    HAS_HISTORY true
  }

  %% Associative Tables
  application_tag_assignment:::associativeTable {
    uuid application_id PK, FK "FK083: application_id ∈ application.id"
    text tag_name_id PK, FK "FK077: (tag_name_id, tag_type_id) ∈ tag.(tag_name_id, tag_type_id)"
    text tag_type_id FK "FK077: (tag_name_id, tag_type_id) ∈ tag.(tag_name_id, tag_type_id)<br>FK081: tag_type_id ∈ application_tag_type_limit.id"
    TRIGGER_BEFORE_UPDATE _disable_redundant_updates "Disable redundant database updates."
    HAS_HISTORY true
  }

  deliverable_action_configuration:::associativeTable {
    text action_type_id PK, FK "FK111: action_type_id ∈ deliverable_action_type.id"
    text old_status_id PK, FK "FK110: old_status_id ∈ deliverable_status.id"
    text new_status_id PK, FK "FK113: new_status_id ∈ deliverable_status.id"
  }

  deliverable_demonstration_type:::associativeTable {
    uuid deliverable_id PK, FK "FK137: (deliverable_id, demonstration_id) ∈ deliverable.(id, demonstration_id)"
    uuid demonstration_id PK, FK "FK137: (deliverable_id, demonstration_id) ∈ deliverable.(id, demonstration_id)<br>FK138: (demonstration_id, demonstration_type_tag_name_id) ∈ demonstration_type_tag_assignment.(demonstration_id, tag_name_id)"
    text demonstration_type_tag_name_id PK, FK "FK138: (demonstration_id, demonstration_type_tag_name_id) ∈ demonstration_type_tag_assignment.(demonstration_id, tag_name_id)"
    TRIGGER_BEFORE_UPDATE _disable_redundant_updates "Disable redundant database updates."
    HAS_HISTORY true
  }

  deliverable_type_document_type:::associativeTable {
    text deliverable_type_id PK, FK "FK091: deliverable_type_id ∈ deliverable_type.id"
    text document_type_id PK, FK "FK092: document_type_id ∈ document_type.id"
  }

  demonstration_role_assignment:::associativeTable {
    uuid person_id PK, FK "FK042: (person_id, state_id) ∈ person_state.(person_id, state_id)<br>FK048: (person_id, person_type_id) ∈ person.(id, person_type_id)"
    uuid demonstration_id PK, FK "FK050: (demonstration_id, state_id) ∈ demonstration.(id, state_id)"
    text role_id PK, FK "FK047: (role_id, person_type_id) ∈ role_person_type.(role_id, person_type_id)<br>FK049: (role_id, grant_level_id) ∈ role.(id, grant_level_id)"
    text state_id FK "FK042: (person_id, state_id) ∈ person_state.(person_id, state_id)<br>FK050: (demonstration_id, state_id) ∈ demonstration.(id, state_id)"
    text person_type_id FK "FK047: (role_id, person_type_id) ∈ role_person_type.(role_id, person_type_id)<br>FK048: (person_id, person_type_id) ∈ person.(id, person_type_id)"
    text grant_level_id FK "FK046: grant_level_id ∈ demonstration_grant_level_limit.id<br>FK049: (role_id, grant_level_id) ∈ role.(id, grant_level_id)"
    TRIGGER_BEFORE_UPDATE _disable_redundant_updates "Disable redundant database updates."
    HAS_HISTORY true
  }

  person_state:::associativeTable {
    uuid person_id PK, FK "FK044: person_id ∈ person.id"
    text state_id PK, FK "FK043: state_id ∈ state.id"
    TRIGGER_BEFORE_UPDATE _disable_redundant_updates "Disable redundant database updates."
    HAS_HISTORY true
  }

  phase_date_type:::associativeTable {
    text phase_id PK, FK "FK003: phase_id ∈ phase.id"
    text date_type_id PK, FK "FK017: date_type_id ∈ date_type.id"
  }

  phase_document_type:::associativeTable {
    text phase_id PK, FK "FK027: phase_id ∈ phase.id"
    text document_type_id PK, FK "FK028: document_type_id ∈ document_type.id"
  }

  phase_note_type:::associativeTable {
    text phase_id PK, FK "FK070: phase_id ∈ phase.id"
    text note_type_id PK, FK "FK071: note_type_id ∈ note_type.id"
  }

  phase_phase_status:::associativeTable {
    text phase_id PK, FK "FK066: phase_id ∈ phase.id"
    text phase_status_id PK, FK "FK067: phase_status_id ∈ phase_status.id"
  }

  primary_demonstration_role_assignment:::associativeTable {
    uuid person_id FK, UK "FK051: (person_id, demonstration_id, role_id) ∈ demonstration_role_assignment.(person_id, demonstration_id, role_id)<br>UK: (person_id, demonstration_id, role_id)"
    uuid demonstration_id PK, FK, UK "FK051: (person_id, demonstration_id, role_id) ∈ demonstration_role_assignment.(person_id, demonstration_id, role_id)<br>UK: (person_id, demonstration_id, role_id)"
    text role_id PK, FK, UK "FK051: (person_id, demonstration_id, role_id) ∈ demonstration_role_assignment.(person_id, demonstration_id, role_id)<br>UK: (person_id, demonstration_id, role_id)"
    CONSTRAINT_TRIGGER_DEFERRABLE_AFTER_UPDATE_OR_DELETE check_demonstration_retains_primary_project_officer "Check that a primary project officer still exists."
    TRIGGER_BEFORE_UPDATE _disable_redundant_updates "Disable redundant database updates."
    HAS_HISTORY true
  }

  role_permission:::associativeTable {
    text role_id PK, FK "FK033: (role_id, grant_level_id) ∈ role.(id, grant_level_id)"
    text grant_level_id PK, FK "FK033: (role_id, grant_level_id) ∈ role.(id, grant_level_id)<br>FK034: (permission_id, grant_level_id) ∈ permission.(id, grant_level_id)"
    text permission_id PK, FK "FK034: (permission_id, grant_level_id) ∈ permission.(id, grant_level_id)"
    TRIGGER_BEFORE_UPDATE _disable_redundant_updates "Disable redundant database updates."
    HAS_HISTORY true
  }

  role_person_type:::associativeTable {
    text role_id PK, FK "FK032: role_id ∈ role.id"
    text person_type_id PK, FK "FK031: person_type_id ∈ person_type.id"
  }

  system_role_assignment:::associativeTable {
    uuid person_id PK, FK "FK039: (person_id, person_type_id) ∈ person.(id, person_type_id)"
    text role_id PK, FK "FK038: (role_id, person_type_id) ∈ role_person_type.(role_id, person_type_id)<br>FK040: (role_id, grant_level_id) ∈ role.(id, grant_level_id)"
    text person_type_id FK "FK038: (role_id, person_type_id) ∈ role_person_type.(role_id, person_type_id)<br>FK039: (person_id, person_type_id) ∈ person.(id, person_type_id)"
    text grant_level_id FK "FK040: (role_id, grant_level_id) ∈ role.(id, grant_level_id)<br>FK041: grant_level_id ∈ system_grant_level_limit.id"
    TRIGGER_BEFORE_UPDATE _disable_redundant_updates "Disable redundant database updates."
    HAS_HISTORY true
  }

  %% Legend
  Legend:::legend {
    text StaticConstraint "Red"
    text TypeLimiter "Blue"
    text AssociativeTable "Purple"
    text DataTable "Green"
    text NOTE "HAS_HISTORY true indicates that a table has a _history table as well."
    text NOTE "Dashed lines indicate foreign keys added for convenience in using Prisma."
  }
